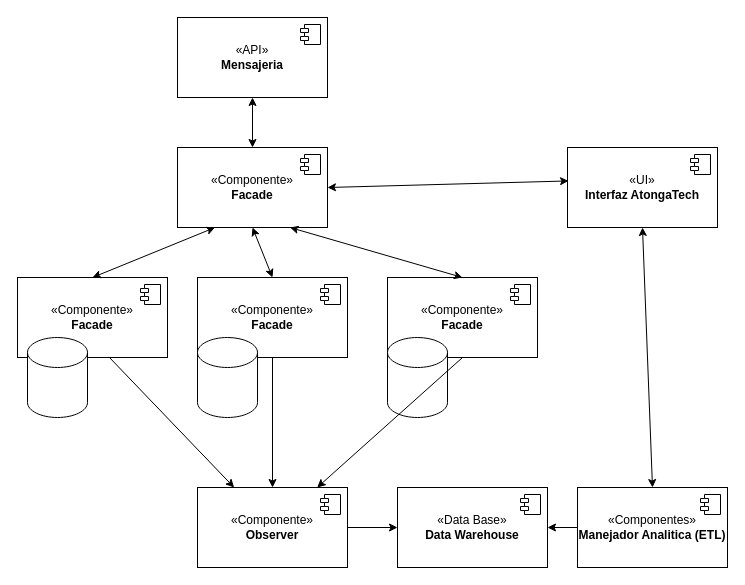
The draw.io diagram diagramas/diagrama_componentes.drawio in AtongaTech/Documentation-Design, before the edit. Source tidied: cells renumbered, new cells numbered last; positions are measured from the earlier drawing's top-left corner, leaving out a move shared by most shapes. Both pictures are drawn from the tidied source at 100%, with x=0, y=0 at pixel (17, 17).
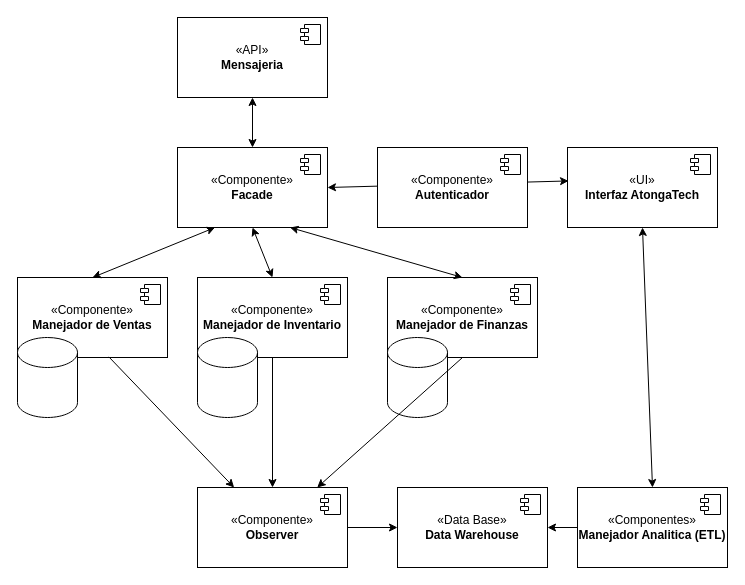
The same diagram, later.

Commit message:
add nombres de componentes

Change to the diagram source:
```diff
@@
-    <mxCell id="8" value="«Componente»&lt;br&gt;&lt;b&gt;Facade&lt;/b&gt;" style="html=1;whiteSpace=wrap;" parent="1" vertex="1">
+    <mxCell id="8" value="«Componente»&lt;br&gt;&lt;b&gt;Manejador de Ventas&lt;/b&gt;" style="html=1;whiteSpace=wrap;" parent="1" vertex="1">
       <mxGeometry y="260" width="150" height="80" as="geometry" />
     </mxCell>
@@
-    <mxCell id="10" value="«Componente»&lt;br&gt;&lt;b&gt;Facade&lt;/b&gt;" style="html=1;whiteSpace=wrap;" parent="1" vertex="1">
+    <mxCell id="10" value="«Componente»&lt;br&gt;&lt;b&gt;Manejador de Inventario&lt;/b&gt;" style="html=1;whiteSpace=wrap;" parent="1" vertex="1">
       <mxGeometry x="180" y="260" width="150" height="80" as="geometry" />
     </mxCell>
@@
-    <mxCell id="12" value="«Componente»&lt;br&gt;&lt;b&gt;Facade&lt;/b&gt;" style="html=1;whiteSpace=wrap;" parent="1" vertex="1">
+    <mxCell id="12" value="«Componente»&lt;br&gt;&lt;b&gt;Manejador de Finanzas&lt;/b&gt;" style="html=1;whiteSpace=wrap;" parent="1" vertex="1">
       <mxGeometry x="370" y="260" width="150" height="80" as="geometry" />
     </mxCell>
@@
     <mxCell id="20" style="shape=cylinder3;whiteSpace=wrap;html=1;boundedLbl=1;backgroundOutline=1;size=15;" parent="1" vertex="1">
-      <mxGeometry x="10" y="320" width="60" height="80" as="geometry" />
+      <mxGeometry y="320" width="60" height="80" as="geometry" />
     </mxCell>
@@
+    <mxCell id="34" value="«Componente»&lt;br&gt;&lt;b&gt;Autenticador&lt;/b&gt;" style="html=1;whiteSpace=wrap;" parent="1" vertex="1">
+      <mxGeometry x="360" y="130" width="150" height="80" as="geometry" />
+    </mxCell>
+    <mxCell id="35" style="shape=module;jettyWidth=8;jettyHeight=4;" parent="34" vertex="1">
+      <mxGeometry x="1" width="20" height="20" relative="1" as="geometry">
+        <mxPoint x="-27" y="7" as="offset" />
+      </mxGeometry>
+    </mxCell>
```
